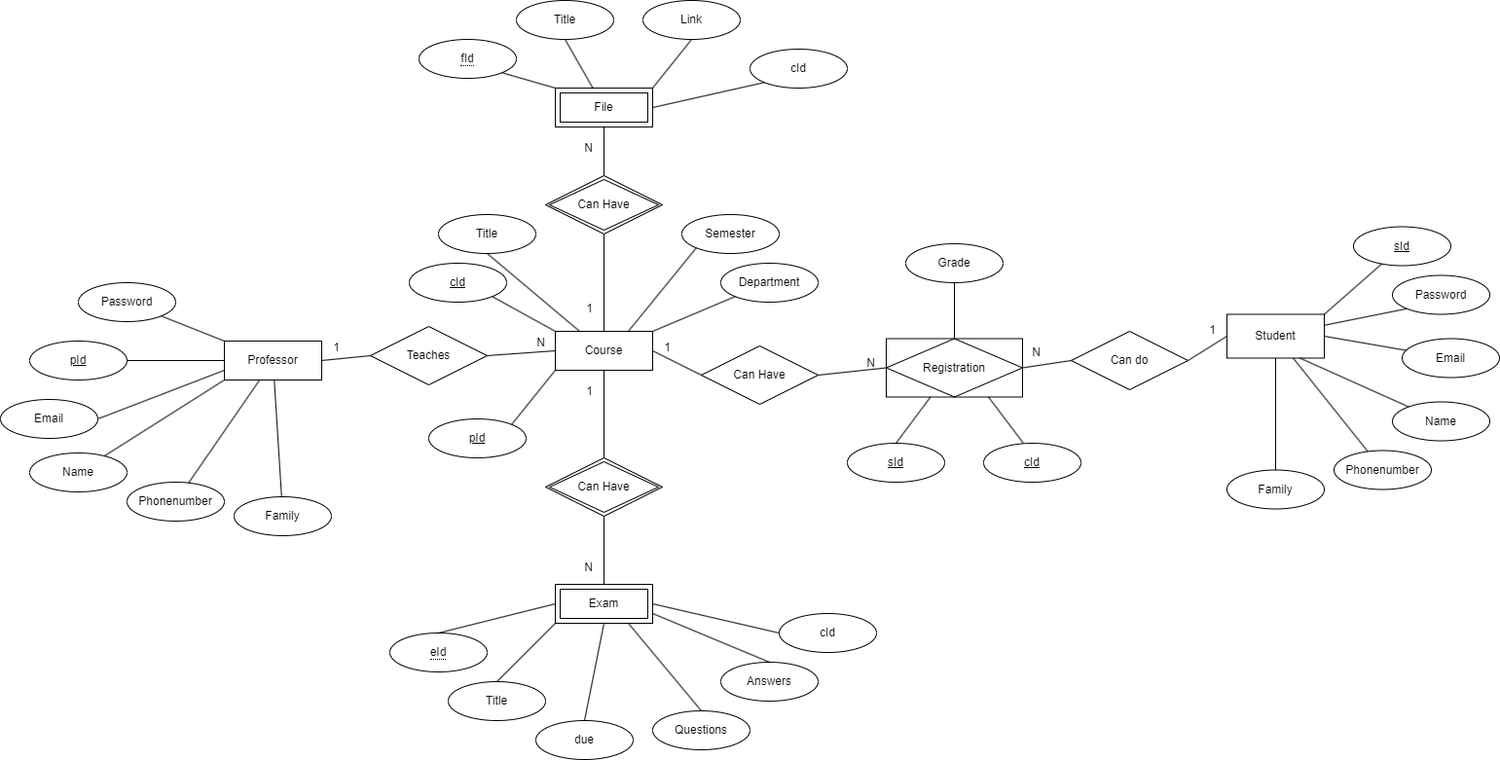
Earlier version of the draw.io export ERD/ERD.png (omidTarabavar/DBLab_Project). Source tidied: cells renumbered, new cells last; positions are measured from the earlier drawing's top-left corner, leaving out a move shared by most shapes.
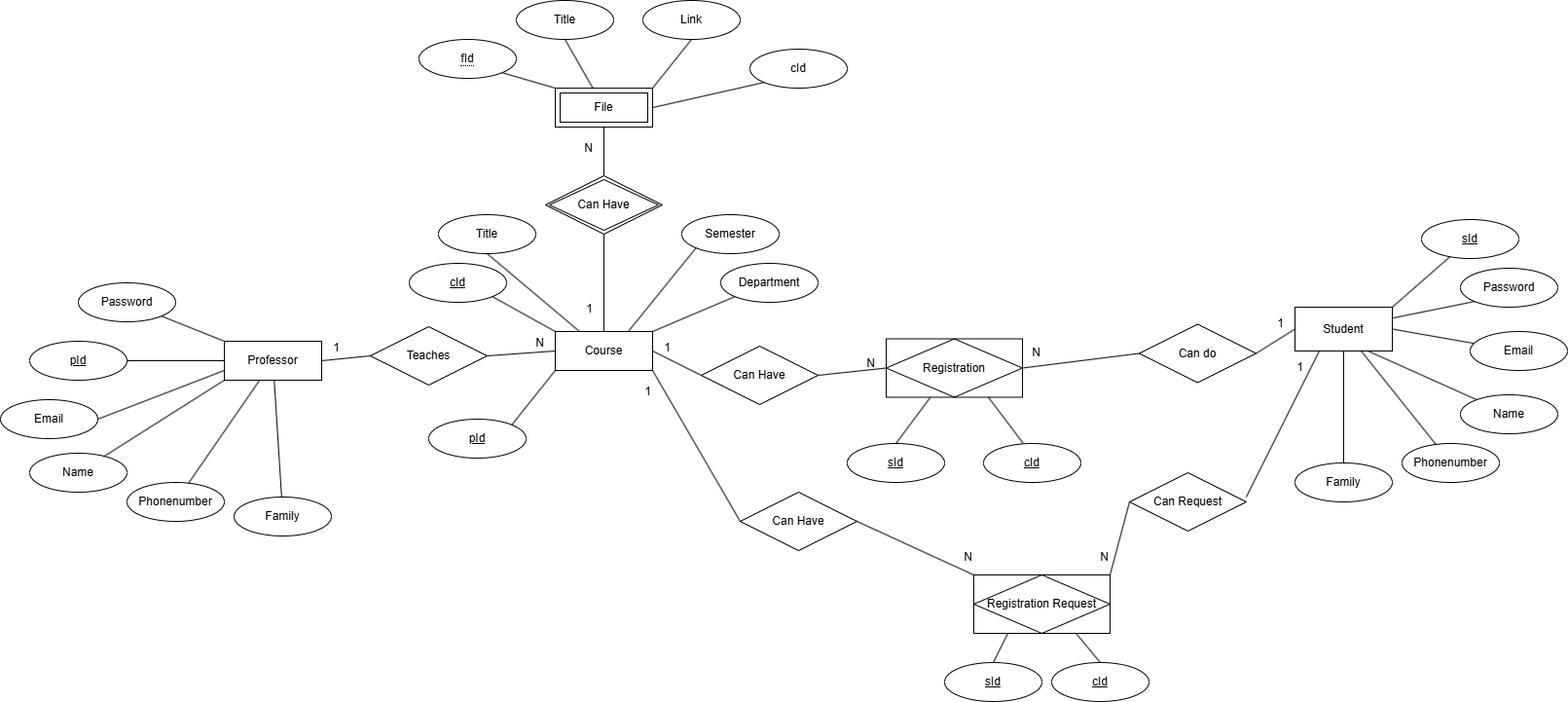
Later version of the same file.

What changed in the source:
```diff
@@ -42,25 +42,25 @@
       <mxGeometry relative="1" as="geometry" />
     </mxCell>
     <mxCell id="15" value="Student" style="whiteSpace=wrap;html=1;align=center;" parent="1" vertex="1">
-      <mxGeometry x="1260" y="322.5" width="100" height="45" as="geometry" />
+      <mxGeometry x="1330" y="315" width="100" height="45" as="geometry" />
     </mxCell>
     <mxCell id="16" value="Email" style="ellipse;whiteSpace=wrap;html=1;align=center;" parent="1" vertex="1">
-      <mxGeometry x="1440" y="347.5" width="100" height="40" as="geometry" />
+      <mxGeometry x="1510" y="340" width="100" height="40" as="geometry" />
     </mxCell>
     <mxCell id="17" value="Family" style="ellipse;whiteSpace=wrap;html=1;align=center;" parent="1" vertex="1">
-      <mxGeometry x="1260" y="482.5" width="100" height="40" as="geometry" />
+      <mxGeometry x="1330" y="475" width="100" height="40" as="geometry" />
     </mxCell>
     <mxCell id="18" value="Password" style="ellipse;whiteSpace=wrap;html=1;align=center;" parent="1" vertex="1">
-      <mxGeometry x="1430" y="282.5" width="100" height="40" as="geometry" />
+      <mxGeometry x="1500" y="275" width="100" height="40" as="geometry" />
     </mxCell>
     <mxCell id="19" value="&lt;u&gt;sId&lt;/u&gt;" style="ellipse;whiteSpace=wrap;html=1;align=center;" parent="1" vertex="1">
-      <mxGeometry x="1390" y="232.5" width="100" height="40" as="geometry" />
+      <mxGeometry x="1460" y="225" width="100" height="40" as="geometry" />
     </mxCell>
     <mxCell id="20" value="Name" style="ellipse;whiteSpace=wrap;html=1;align=center;" parent="1" vertex="1">
-      <mxGeometry x="1430" y="412.5" width="100" height="40" as="geometry" />
+      <mxGeometry x="1500" y="405" width="100" height="40" as="geometry" />
     </mxCell>
     <mxCell id="21" value="Phonenumber" style="ellipse;whiteSpace=wrap;html=1;align=center;" parent="1" vertex="1">
-      <mxGeometry x="1370" y="462.5" width="100" height="40" as="geometry" />
+      <mxGeometry x="1440" y="455" width="100" height="40" as="geometry" />
     </mxCell>
     <mxCell id="22" style="endArrow=none;html=1;rounded=0;" parent="1" edge="1" source="21" target="15">
       <mxGeometry relative="1" as="geometry" />
@@ -102,9 +102,6 @@
         <mxPoint x="-10" as="offset" />
       </mxGeometry>
     </mxCell>
-    <mxCell id="34" value="Exam" style="shape=ext;margin=3;double=1;whiteSpace=wrap;html=1;align=center;" parent="1" vertex="1">
-      <mxGeometry x="570" y="600" width="100" height="40" as="geometry" />
-    </mxCell>
     <mxCell id="35" value="&lt;u&gt;cId&lt;span style=&quot;color: rgba(0, 0, 0, 0); font-family: monospace; font-size: 0px; text-align: start; text-wrap: nowrap;&quot;&gt;%3CmxGraphModel%3E%3Croot%3E%3CmxCell%20id%3D%220%22%2F%3E%3CmxCell%20id%3D%221%22%20parent%3D%220%22%2F%3E%3CmxCell%20id%3D%222%22%20value%3D%22Professor%22%20style%3D%22whiteSpace%3Dwrap%3Bhtml%3D1%3Balign%3Dcenter%3B%22%20vertex%3D%221%22%20parent%3D%221%22%3E%3CmxGeometry%20x%3D%2280%22%20y%3D%22320%22%20width%3D%22100%22%20height%3D%2240%22%20as%3D%22geometry%22%2F%3E%3C%2FmxCell%3E%3CmxCell%20id%3D%223%22%20value%3D%22Email%22%20style%3D%22ellipse%3BwhiteSpace%3Dwrap%3Bhtml%3D1%3Balign%3Dcenter%3B%22%20vertex%3D%221%22%20parent%3D%221%22%3E%3CmxGeometry%20x%3D%22-120%22%20y%3D%22340%22%20width%3D%22100%22%20height%3D%2240%22%20as%3D%22geometry%22%2F%3E%3C%2FmxCell%3E%3CmxCell%20id%3D%224%22%20value%3D%22Family%22%20style%3D%22ellipse%3BwhiteSpace%3Dwrap%3Bhtml%3D1%3Balign%3Dcenter%3B%22%20vertex%3D%221%22%20parent%3D%221%22%3E%3CmxGeometry%20x%3D%2290%22%20y%3D%22440%22%20width%3D%22100%22%20height%3D%2240%22%20as%3D%22geometry%22%2F%3E%3C%2FmxCell%3E%3CmxCell%20id%3D%225%22%20value%3D%22Password%22%20style%3D%22ellipse%3BwhiteSpace%3Dwrap%3Bhtml%3D1%3Balign%3Dcenter%3B%22%20vertex%3D%221%22%20parent%3D%221%22%3E%3CmxGeometry%20x%3D%22-50%22%20y%3D%22210%22%20width%3D%22100%22%20height%3D%2240%22%20as%3D%22geometry%22%2F%3E%3C%2FmxCell%3E%3CmxCell%20id%3D%226%22%20value%3D%22%26lt%3Bu%26gt%3BpId%26lt%3B%2Fu%26gt%3B%22%20style%3D%22ellipse%3BwhiteSpace%3Dwrap%3Bhtml%3D1%3Balign%3Dcenter%3B%22%20vertex%3D%221%22%20parent%3D%221%22%3E%3CmxGeometry%20x%3D%22-110%22%20y%3D%22270%22%20width%3D%22100%22%20height%3D%2240%22%20as%3D%22geometry%22%2F%3E%3C%2FmxCell%3E%3CmxCell%20id%3D%227%22%20value%3D%22Name%22%20style%3D%22ellipse%3BwhiteSpace%3Dwrap%3Bhtml%3D1%3Balign%3Dcenter%3B%22%20vertex%3D%221%22%20parent%3D%221%22%3E%3CmxGeometry%20x%3D%22-110%22%20y%3D%22410%22%20width%3D%22100%22%20height%3D%2240%22%20as%3D%22geometry%22%2F%3E%3C%2FmxCell%3E%3CmxCell%20id%3D%228%22%20value%3D%22Phonenumber%22%20style%3D%22ellipse%3BwhiteSpace%3Dwrap%3Bhtml%3D1%3Balign%3Dcenter%3B%22%20vertex%3D%221%22%20parent%3D%221%22%3E%3CmxGeometry%20x%3D%22-20%22%20y%3D%22440%22%20width%3D%22100%22%20height%3D%2240%22%20as%3D%22geometry%22%2F%3E%3C%2FmxCell%3E%3CmxCell%20id%3D%229%22%20value%3D%22%22%20style%3D%22endArrow%3Dnone%3Bhtml%3D1%3Brounded%3D0%3B%22%20edge%3D%221%22%20source%3D%228%22%20target%3D%222%22%20parent%3D%221%22%3E%3CmxGeometry%20relative%3D%221%22%20as%3D%22geometry%22%3E%3CmxPoint%20x%3D%2280%22%20y%3D%22270%22%20as%3D%22sourcePoint%22%2F%3E%3CmxPoint%20x%3D%22240%22%20y%3D%22270%22%20as%3D%22targetPoint%22%2F%3E%3C%2FmxGeometry%3E%3C%2FmxCell%3E%3CmxCell%20id%3D%2210%22%20value%3D%22%22%20style%3D%22endArrow%3Dnone%3Bhtml%3D1%3Brounded%3D0%3B%22%20edge%3D%221%22%20source%3D%224%22%20target%3D%222%22%20parent%3D%221%22%3E%3CmxGeometry%20relative%3D%221%22%20as%3D%22geometry%22%3E%3CmxPoint%20x%3D%2220%22%20y%3D%22470%22%20as%3D%22sourcePoint%22%2F%3E%3CmxPoint%20x%3D%22180%22%20y%3D%22470%22%20as%3D%22targetPoint%22%2F%3E%3C%2FmxGeometry%3E%3C%2FmxCell%3E%3CmxCell%20id%3D%2211%22%20value%3D%22%22%20style%3D%22endArrow%3Dnone%3Bhtml%3D1%3Brounded%3D0%3BentryX%3D0.5%3BentryY%3D0%3BentryDx%3D0%3BentryDy%3D0%3B%22%20edge%3D%221%22%20source%3D%227%22%20target%3D%222%22%20parent%3D%221%22%3E%3CmxGeometry%20relative%3D%221%22%20as%3D%22geometry%22%3E%3CmxPoint%20y%3D%22209%22%20as%3D%22sourcePoint%22%2F%3E%3CmxPoint%20x%3D%22160%22%20y%3D%22209%22%20as%3D%22targetPoint%22%2F%3E%3C%2FmxGeometry%3E%3C%2FmxCell%3E%3CmxCell%20id%3D%2212%22%20value%3D%22%22%20style%3D%22endArrow%3Dnone%3Bhtml%3D1%3Brounded%3D0%3BentryX%3D0.677%3BentryY%3D-0.033%3BentryDx%3D0%3BentryDy%3D0%3BentryPerimeter%3D0%3B%22%20edge%3D%221%22%20source%3D%223%22%20target%3D%222%22%20parent%3D%221%22%3E%3CmxGeometry%20relative%3D%221%22%20as%3D%22geometry%22%3E%3CmxPoint%20x%3D%2250%22%20y%3D%22210%22%20as%3D%22sourcePoint%22%2F%3E%3CmxPoint%20x%3D%22210%22%20y%3D%22240%22%20as%3D%22targetPoint%22%2F%3E%3CArray%20as%3D%22points%22%2F%3E%3C%2FmxGeometry%3E%3C%2FmxCell%3E%3CmxCell%20id%3D%2213%22%20value%3D%22%22%20style%3D%22endArrow%3Dnone%3Bhtml%3D1%3Brounded%3D0%3BentryX%3D0.25%3BentryY%3D0%3BentryDx%3D0%3BentryDy%3D0%3B%22%20edge%3D%221%22%20source%3D%226%22%20target%3D%222%22%20parent%3D%221%22%3E%3CmxGeometry%20relative%3D%221%22%20as%3D%22geometry%22%3E%3CmxPoint%20x%3D%22220%22%20y%3D%22239.5%22%20as%3D%22sourcePoint%22%2F%3E%3CmxPoint%20x%3D%22380%22%20y%3D%22239.5%22%20as%3D%22targetPoint%22%2F%3E%3C%2FmxGeometry%3E%3C%2FmxCell%3E%3CmxCell%20id%3D%2214%22%20value%3D%22%22%20style%3D%22endArrow%3Dnone%3Bhtml%3D1%3Brounded%3D0%3BexitX%3D1%3BexitY%3D1%3BexitDx%3D0%3BexitDy%3D0%3BentryX%3D0.75%3BentryY%3D0%3BentryDx%3D0%3BentryDy%3D0%3B%22%20edge%3D%221%22%20source%3D%225%22%20target%3D%222%22%20parent%3D%221%22%3E%3CmxGeometry%20relative%3D%221%22%20as%3D%22geometry%22%3E%3CmxPoint%20x%3D%22130%22%20y%3D%22200%22%20as%3D%22sourcePoint%22%2F%3E%3CmxPoint%20x%3D%22290%22%20y%3D%22200%22%20as%3D%22targetPoint%22%2F%3E%3C%2FmxGeometry%3E%3C%2FmxCell%3E%3C%2Froot%3E%3C%2FmxGraphModel%3E&lt;/span&gt;&lt;/u&gt;" style="ellipse;whiteSpace=wrap;html=1;align=center;" parent="1" vertex="1">
       <mxGeometry x="420" y="270" width="100" height="40" as="geometry" />
     </mxCell>
@@ -132,51 +129,17 @@
     <mxCell id="43" value="File" style="shape=ext;margin=3;double=1;whiteSpace=wrap;html=1;align=center;" parent="1" vertex="1">
       <mxGeometry x="570" y="90" width="100" height="40" as="geometry" />
     </mxCell>
-    <mxCell id="44" value="&lt;span style=&quot;border-bottom: 1px dotted&quot;&gt;eId&lt;/span&gt;" style="ellipse;whiteSpace=wrap;html=1;align=center;" parent="1" vertex="1">
-      <mxGeometry x="400" y="650" width="100" height="40" as="geometry" />
-    </mxCell>
-    <mxCell id="45" value="due" style="ellipse;whiteSpace=wrap;html=1;align=center;" parent="1" vertex="1">
-      <mxGeometry x="550" y="740" width="100" height="40" as="geometry" />
-    </mxCell>
-    <mxCell id="46" value="Title" style="ellipse;whiteSpace=wrap;html=1;align=center;" parent="1" vertex="1">
-      <mxGeometry x="460" y="700" width="100" height="40" as="geometry" />
-    </mxCell>
-    <mxCell id="47" style="endArrow=none;html=1;rounded=0;exitX=0.5;exitY=1;exitDx=0;exitDy=0;entryX=0.5;entryY=0;entryDx=0;entryDy=0;" parent="1" edge="1" source="34" target="45">
-      <mxGeometry relative="1" as="geometry" />
-    </mxCell>
-    <mxCell id="48" style="endArrow=none;html=1;rounded=0;exitX=0;exitY=1;exitDx=0;exitDy=0;entryX=0.5;entryY=0;entryDx=0;entryDy=0;" parent="1" edge="1" source="34" target="46">
-      <mxGeometry relative="1" as="geometry" />
-    </mxCell>
-    <mxCell id="49" style="endArrow=none;html=1;rounded=0;entryX=0;entryY=0.5;entryDx=0;entryDy=0;exitX=0.5;exitY=0;exitDx=0;exitDy=0;" parent="1" edge="1" source="44" target="34">
-      <mxGeometry relative="1" as="geometry" />
-    </mxCell>
-    <mxCell id="50" value="Can Have" style="shape=rhombus;double=1;perimeter=rhombusPerimeter;whiteSpace=wrap;html=1;align=center;" parent="1" vertex="1">
-      <mxGeometry x="560" y="470" width="120" height="60" as="geometry" />
-    </mxCell>
-    <mxCell id="51" style="endArrow=none;html=1;rounded=0;entryX=0.5;entryY=1;entryDx=0;entryDy=0;exitX=0.5;exitY=0;exitDx=0;exitDy=0;" parent="1" edge="1" source="50" target="28">
-      <mxGeometry relative="1" as="geometry" />
-    </mxCell>
-    <mxCell id="52" value="1" style="html=1;whiteSpace=wrap;align=right;verticalAlign=bottom;" parent="51" vertex="1">
-      <mxGeometry x="1" relative="1" as="geometry">
-        <mxPoint x="-10" y="30" as="offset" />
-      </mxGeometry>
-    </mxCell>
-    <mxCell id="53" style="endArrow=none;html=1;rounded=0;exitX=0.5;exitY=1;exitDx=0;exitDy=0;entryX=0.5;entryY=0;entryDx=0;entryDy=0;" parent="1" edge="1" source="50" target="34">
-      <mxGeometry relative="1" as="geometry" />
-    </mxCell>
-    <mxCell id="54" value="N" style="html=1;whiteSpace=wrap;align=right;verticalAlign=bottom;" parent="53" vertex="1">
-      <mxGeometry x="1" relative="1" as="geometry">
-        <mxPoint x="-10" y="-10" as="offset" />
-      </mxGeometry>
-    </mxCell>
     <mxCell id="55" value="Can Have" style="shape=rhombus;double=1;perimeter=rhombusPerimeter;whiteSpace=wrap;html=1;align=center;" parent="1" vertex="1">
       <mxGeometry x="560" y="180" width="120" height="60" as="geometry" />
     </mxCell>
     <mxCell id="56" value="Title" style="ellipse;whiteSpace=wrap;html=1;align=center;" parent="1" vertex="1">
       <mxGeometry x="530" width="100" height="40" as="geometry" />
     </mxCell>
-    <mxCell id="57" style="edgeStyle=none;rounded=0;orthogonalLoop=1;jettySize=auto;html=1;exitX=0.5;exitY=0;exitDx=0;exitDy=0;" parent="1" edge="1" source="44" target="44">
-      <mxGeometry relative="1" as="geometry" />
+    <mxCell id="57" style="edgeStyle=none;rounded=0;orthogonalLoop=1;jettySize=auto;html=1;exitX=0.5;exitY=0;exitDx=0;exitDy=0;" parent="1" edge="1">
+      <mxGeometry relative="1" as="geometry">
+        <mxPoint x="450" y="650" as="sourcePoint" />
+        <mxPoint x="450" y="650" as="targetPoint" />
+      </mxGeometry>
     </mxCell>
     <mxCell id="58" value="&lt;span style=&quot;border-bottom: 1px dotted&quot;&gt;fId&lt;/span&gt;" style="ellipse;whiteSpace=wrap;html=1;align=center;" parent="1" vertex="1">
       <mxGeometry x="430" y="40" width="100" height="40" as="geometry" />
@@ -184,18 +147,6 @@
     <mxCell id="59" value="Link" style="ellipse;whiteSpace=wrap;html=1;align=center;" parent="1" vertex="1">
       <mxGeometry x="660" width="100" height="40" as="geometry" />
     </mxCell>
-    <mxCell id="60" value="Questions" style="ellipse;whiteSpace=wrap;html=1;align=center;" parent="1" vertex="1">
-      <mxGeometry x="670" y="730" width="100" height="40" as="geometry" />
-    </mxCell>
-    <mxCell id="61" value="Answers" style="ellipse;whiteSpace=wrap;html=1;align=center;" parent="1" vertex="1">
-      <mxGeometry x="740" y="680" width="100" height="40" as="geometry" />
-    </mxCell>
-    <mxCell id="62" style="endArrow=none;html=1;rounded=0;exitX=1;exitY=0.75;exitDx=0;exitDy=0;entryX=0.5;entryY=0;entryDx=0;entryDy=0;" parent="1" edge="1" source="34" target="61">
-      <mxGeometry relative="1" as="geometry" />
-    </mxCell>
-    <mxCell id="63" style="endArrow=none;html=1;rounded=0;exitX=0.75;exitY=1;exitDx=0;exitDy=0;entryX=0.5;entryY=0;entryDx=0;entryDy=0;" parent="1" edge="1" source="34" target="60">
-      <mxGeometry relative="1" as="geometry" />
-    </mxCell>
     <mxCell id="64" style="endArrow=none;html=1;rounded=0;exitX=0.5;exitY=1;exitDx=0;exitDy=0;entryX=0.5;entryY=0;entryDx=0;entryDy=0;" parent="1" edge="1" source="55" target="28">
       <mxGeometry relative="1" as="geometry" />
     </mxCell>
@@ -221,12 +172,6 @@
     <mxCell id="70" style="endArrow=none;html=1;rounded=0;exitX=1;exitY=0;exitDx=0;exitDy=0;entryX=0.5;entryY=1;entryDx=0;entryDy=0;" parent="1" edge="1" source="43" target="59">
       <mxGeometry relative="1" as="geometry" />
     </mxCell>
-    <mxCell id="71" value="cId" style="ellipse;whiteSpace=wrap;html=1;align=center;" parent="1" vertex="1">
-      <mxGeometry x="800" y="630" width="100" height="40" as="geometry" />
-    </mxCell>
-    <mxCell id="72" style="endArrow=none;html=1;rounded=0;entryX=0;entryY=0.5;entryDx=0;entryDy=0;exitX=1;exitY=0.5;exitDx=0;exitDy=0;" parent="1" edge="1" source="34" target="71">
-      <mxGeometry relative="1" as="geometry" />
-    </mxCell>
     <mxCell id="73" value="cId" style="ellipse;whiteSpace=wrap;html=1;align=center;" parent="1" vertex="1">
       <mxGeometry x="770" y="50" width="100" height="40" as="geometry" />
     </mxCell>
@@ -271,7 +216,7 @@
       </mxGeometry>
     </mxCell>
     <mxCell id="86" value="Can do" style="shape=rhombus;perimeter=rhombusPerimeter;whiteSpace=wrap;html=1;align=center;" parent="1" vertex="1">
-      <mxGeometry x="1100" y="340" width="120" height="60" as="geometry" />
+      <mxGeometry x="1170" y="332.5" width="120" height="60" as="geometry" />
     </mxCell>
     <mxCell id="87" style="endArrow=none;html=1;rounded=0;entryX=0;entryY=0.5;entryDx=0;entryDy=0;exitX=1;exitY=0.5;exitDx=0;exitDy=0;" parent="1" edge="1" source="86" target="15">
       <mxGeometry relative="1" as="geometry" />
@@ -281,7 +226,7 @@
         <mxPoint x="-10" y="2" as="offset" />
       </mxGeometry>
     </mxCell>
-    <mxCell id="89" style="endArrow=none;html=1;rounded=0;entryX=1;entryY=0.5;entryDx=0;entryDy=0;exitX=0;exitY=0.5;exitDx=0;exitDy=0;" parent="1" edge="1" source="86" target="77">
+    <mxCell id="89" style="endArrow=none;html=1;rounded=0;exitX=0;exitY=0.5;exitDx=0;exitDy=0;entryX=1;entryY=0.5;entryDx=0;entryDy=0;" parent="1" edge="1" source="86" target="77">
       <mxGeometry relative="1" as="geometry" />
     </mxCell>
     <mxCell id="90" value="N" style="html=1;whiteSpace=wrap;align=right;verticalAlign=bottom;" parent="89" vertex="1">
@@ -289,14 +234,63 @@
         <mxPoint x="20" y="-8" as="offset" />
       </mxGeometry>
     </mxCell>
-    <mxCell id="91" value="Grade" style="ellipse;whiteSpace=wrap;html=1;align=center;" parent="1" vertex="1">
-      <mxGeometry x="930" y="250" width="100" height="40" as="geometry" />
-    </mxCell>
-    <mxCell id="92" style="endArrow=none;html=1;rounded=0;entryX=0.5;entryY=1;entryDx=0;entryDy=0;exitX=0.5;exitY=0;exitDx=0;exitDy=0;" parent="1" edge="1" source="77" target="91">
-      <mxGeometry relative="1" as="geometry" />
-    </mxCell>
     <mxCell id="93" value="cId" style="ellipse;whiteSpace=wrap;html=1;align=center;fontStyle=4;" parent="1" vertex="1">
       <mxGeometry x="1010" y="455" width="100" height="40" as="geometry" />
     </mxCell>
+    <mxCell id="94" value="Registration Request" style="shape=associativeEntity;whiteSpace=wrap;html=1;align=center;" parent="1" vertex="1">
+      <mxGeometry x="1000" y="590" width="140" height="60" as="geometry" />
+    </mxCell>
+    <mxCell id="95" value="sId" style="ellipse;whiteSpace=wrap;html=1;align=center;fontStyle=4;" parent="1" vertex="1">
+      <mxGeometry x="970" y="680" width="100" height="40" as="geometry" />
+    </mxCell>
+    <mxCell id="96" style="endArrow=none;html=1;rounded=0;entryX=0.25;entryY=1;entryDx=0;entryDy=0;exitX=0.5;exitY=0;exitDx=0;exitDy=0;" parent="1" edge="1" source="95" target="94">
+      <mxGeometry relative="1" as="geometry" />
+    </mxCell>
+    <mxCell id="97" style="endArrow=none;html=1;rounded=0;entryX=0.5;entryY=0;entryDx=0;entryDy=0;exitX=0.75;exitY=1;exitDx=0;exitDy=0;" parent="1" edge="1" source="94" target="71">
+      <mxGeometry relative="1" as="geometry" />
+    </mxCell>
+    <mxCell id="98" value="Can Request" style="shape=rhombus;perimeter=rhombusPerimeter;whiteSpace=wrap;html=1;align=center;" parent="1" vertex="1">
+      <mxGeometry x="1160" y="485" width="120" height="60" as="geometry" />
+    </mxCell>
+    <mxCell id="99" style="endArrow=none;html=1;rounded=0;entryX=0.25;entryY=1;entryDx=0;entryDy=0;" parent="1" edge="1" target="15">
+      <mxGeometry relative="1" as="geometry">
+        <mxPoint x="1280" y="510" as="sourcePoint" />
+      </mxGeometry>
+    </mxCell>
+    <mxCell id="100" value="1" style="html=1;whiteSpace=wrap;align=right;verticalAlign=bottom;" parent="99" vertex="1">
+      <mxGeometry x="1" relative="1" as="geometry">
+        <mxPoint x="-15" y="25" as="offset" />
+      </mxGeometry>
+    </mxCell>
+    <mxCell id="101" style="endArrow=none;html=1;rounded=0;entryX=1;entryY=0;entryDx=0;entryDy=0;exitX=0;exitY=0.5;exitDx=0;exitDy=0;" parent="1" edge="1" source="98" target="94">
+      <mxGeometry relative="1" as="geometry" />
+    </mxCell>
+    <mxCell id="102" value="N" style="html=1;whiteSpace=wrap;align=right;verticalAlign=bottom;" parent="101" vertex="1">
+      <mxGeometry x="1" relative="1" as="geometry">
+        <mxPoint y="-10" as="offset" />
+      </mxGeometry>
+    </mxCell>
+    <mxCell id="50" value="Can Have" style="shape=rhombus;perimeter=rhombusPerimeter;whiteSpace=wrap;html=1;align=center;" parent="1" vertex="1">
+      <mxGeometry x="760" y="505" width="120" height="60" as="geometry" />
+    </mxCell>
+    <mxCell id="51" style="endArrow=none;html=1;rounded=0;entryX=1;entryY=1;entryDx=0;entryDy=0;exitX=0;exitY=0.5;exitDx=0;exitDy=0;" parent="1" edge="1" source="50" target="28">
+      <mxGeometry relative="1" as="geometry" />
+    </mxCell>
+    <mxCell id="103" value="1" style="html=1;whiteSpace=wrap;align=right;verticalAlign=bottom;" parent="51" vertex="1">
+      <mxGeometry x="1" relative="1" as="geometry">
+        <mxPoint y="30" as="offset" />
+      </mxGeometry>
+    </mxCell>
+    <mxCell id="104" style="endArrow=none;html=1;rounded=0;entryX=0;entryY=0;entryDx=0;entryDy=0;exitX=1;exitY=0.5;exitDx=0;exitDy=0;" parent="1" edge="1" source="50" target="94">
+      <mxGeometry relative="1" as="geometry" />
+    </mxCell>
+    <mxCell id="105" value="N" style="html=1;whiteSpace=wrap;align=right;verticalAlign=bottom;" parent="104" vertex="1">
+      <mxGeometry x="1" relative="1" as="geometry">
+        <mxPoint y="-10" as="offset" />
+      </mxGeometry>
+    </mxCell>
+    <mxCell id="71" value="cId" style="ellipse;whiteSpace=wrap;html=1;align=center;fontStyle=4;" parent="1" vertex="1">
+      <mxGeometry x="1080" y="680" width="100" height="40" as="geometry" />
+    </mxCell>
   </root>
 </mxGraphModel>
```
